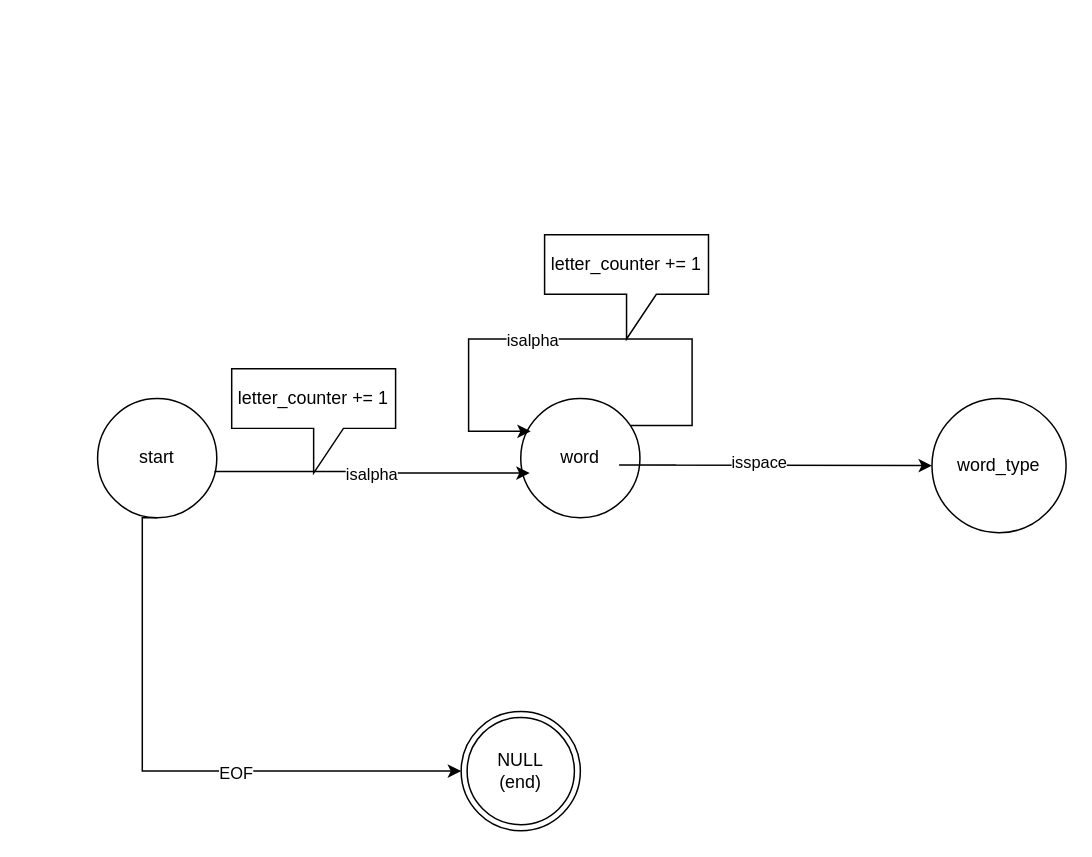
This is Диаграмма без названия.drawio from Vasyandragit/Vasyandragit, a draw.io file, before an edit. Source tidied: cells renumbered, new cells numbered last; positions are measured from the earlier drawing's top-left corner, leaving out a move shared by most shapes. Both pictures are drawn from the tidied source at 149%, with x=0, y=0 at pixel (97, 234).
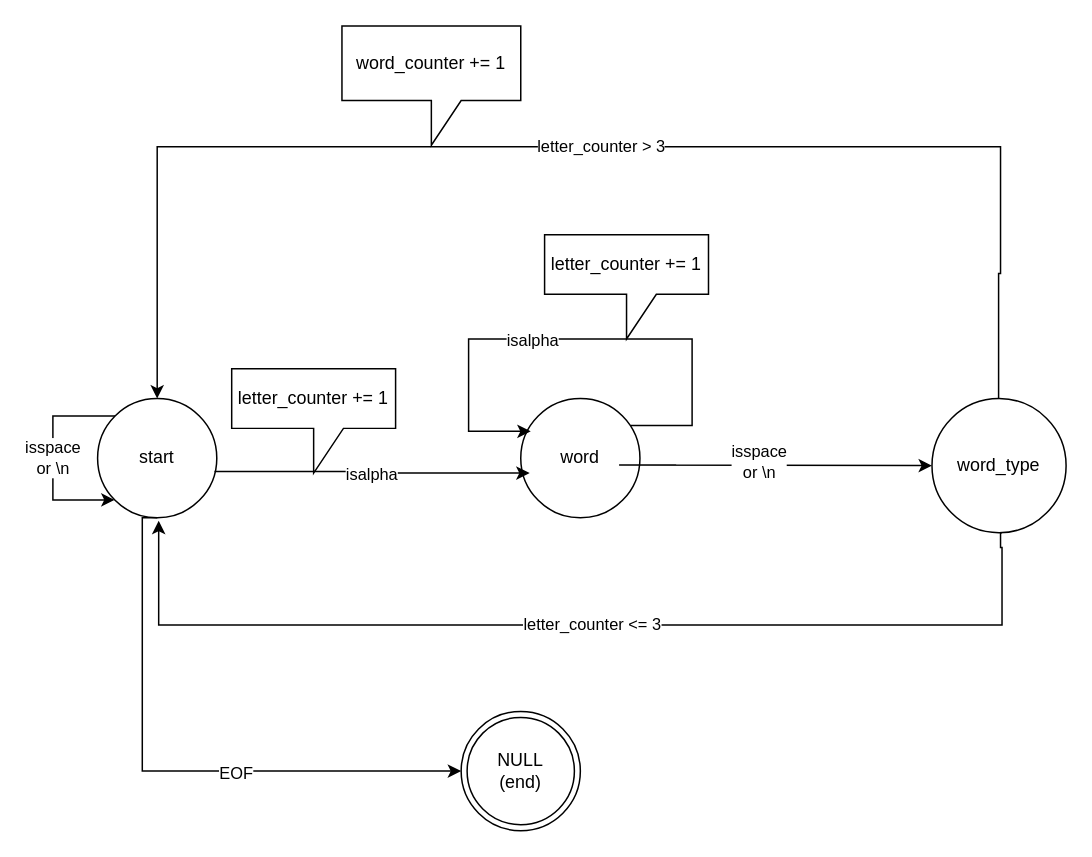
Above is the later version.

Unchanged cells that the change refers to:
```xml
<mxCell id="2" value="start" style="ellipse;whiteSpace=wrap;html=1;" parent="1" vertex="1">
  <mxGeometry y="110" width="80" height="80" as="geometry" />
</mxCell>
<mxCell id="11" style="endArrow=classic;html=1;rounded=0;edgeStyle=orthogonalEdgeStyle;exitX=0.979;exitY=0.633;exitDx=0;exitDy=0;exitPerimeter=0;" parent="1" edge="1">
  <mxGeometry relative="1" as="geometry">
    <mxPoint x="388.3" y="154.6" as="sourcePoint" />
    <mxPoint x="560" y="155" as="targetPoint" />
    <Array as="points">
      <mxPoint x="350" y="155" />
      <mxPoint x="586" y="155" />
    </Array>
  </mxGeometry>
</mxCell>
```

What changed in the source:
```diff
@@
-    <mxCell id="12" value="isspace" style="edgeLabel;html=1;align=center;verticalAlign=middle;" parent="11" vertex="1">
+    <mxCell id="12" value="isspace&lt;br&gt;or \n" style="edgeLabel;html=1;align=center;verticalAlign=middle;" parent="11" vertex="1">
       <mxGeometry x="0.06" y="2" relative="1" as="geometry" />
     </mxCell>
@@
+    <mxCell id="16" style="endArrow=classic;html=1;rounded=0;edgeStyle=orthogonalEdgeStyle;entryX=0.5;entryY=0;entryDx=0;entryDy=0;" parent="1" edge="1" target="2">
+      <mxGeometry relative="1" as="geometry">
+        <mxPoint x="604.7" y="110" as="sourcePoint" />
+        <Array as="points">
+          <mxPoint x="605" y="26" />
+          <mxPoint x="606" y="26" />
+          <mxPoint x="606" y="-59" />
+          <mxPoint x="40" y="-59" />
+        </Array>
+      </mxGeometry>
+    </mxCell>
+    <mxCell id="17" value="letter_counter &amp;gt; 3" style="edgeLabel;html=1;align=center;verticalAlign=middle;" parent="16" vertex="1">
+      <mxGeometry x="-0.03" y="-1" relative="1" as="geometry" />
+    </mxCell>
+    <mxCell id="18" style="endArrow=classic;html=1;rounded=0;edgeStyle=orthogonalEdgeStyle;" parent="1" edge="1">
+      <mxGeometry relative="1" as="geometry">
+        <mxPoint x="607" y="200" as="sourcePoint" />
+        <mxPoint x="41" y="192" as="targetPoint" />
+        <Array as="points">
+          <mxPoint x="606" y="210" />
+          <mxPoint x="607" y="210" />
+          <mxPoint x="607" y="262" />
+          <mxPoint x="41" y="262" />
+        </Array>
+      </mxGeometry>
+    </mxCell>
+    <mxCell id="19" value="letter_counter &amp;lt;= 3" style="edgeLabel;html=1;align=center;verticalAlign=middle;" parent="18" vertex="1">
+      <mxGeometry x="-0.03" y="-1" relative="1" as="geometry" />
+    </mxCell>
+    <mxCell id="20" value="word_counter += 1" style="shape=callout;whiteSpace=wrap;html=1;perimeter=calloutPerimeter;" parent="1" vertex="1">
+      <mxGeometry x="164" y="-140" width="120" height="80" as="geometry" />
+    </mxCell>
+    <mxCell id="21" value="isspace &lt;br&gt;or \n" style="endArrow=classic;html=1;rounded=0;edgeStyle=orthogonalEdgeStyle;exitX=0;exitY=0;exitDx=0;exitDy=0;" parent="1" edge="1" source="2" target="2">
+      <mxGeometry relative="1" as="geometry">
+        <Array as="points">
+          <mxPoint x="-30" y="122" />
+          <mxPoint x="-30" y="178" />
+        </Array>
+      </mxGeometry>
+    </mxCell>
```
